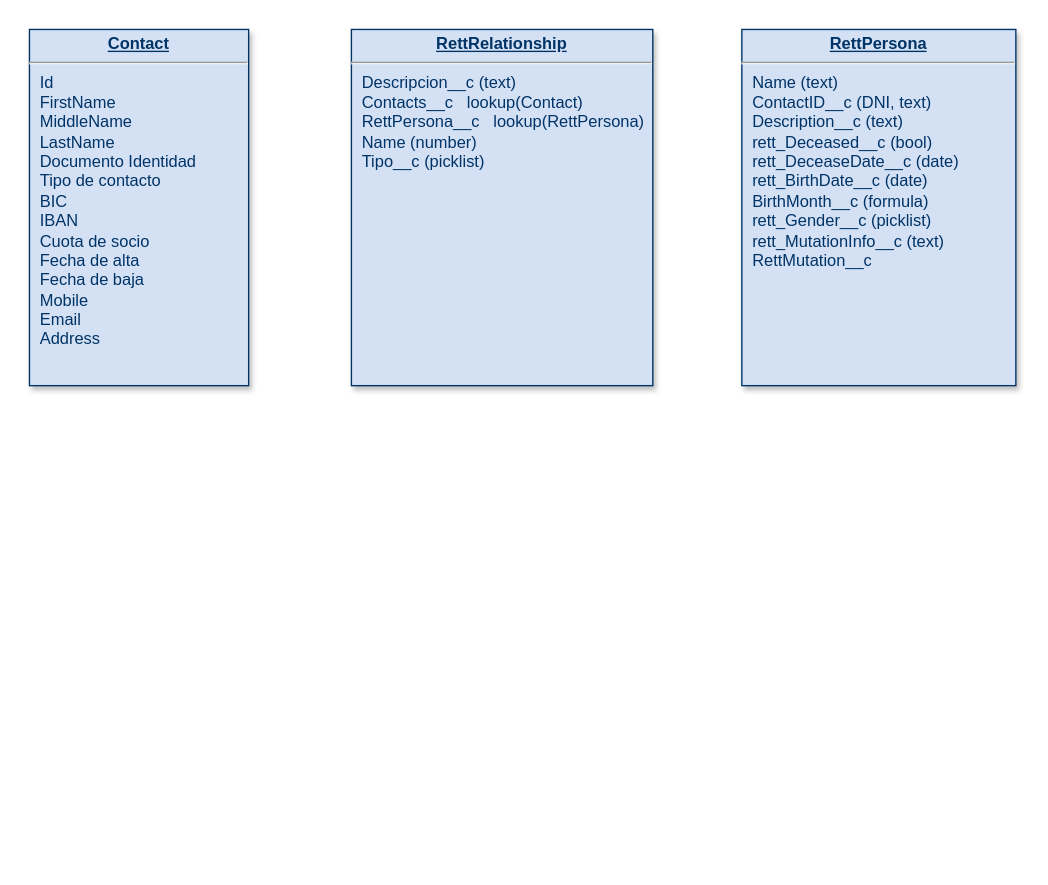
rett-spain/ngo-finance keeps this draw.io diagram as page "Page-2" (2 of 2) of docs/dbmodel.drawio. Above is the earlier version. Source tidied: cells renumbered, new cells numbered last; positions are measured from the earlier drawing's top-left corner, leaving out a move shared by most shapes. Both pictures are drawn from the tidied source at 137%, with x=0, y=0 at pixel (29, 29).
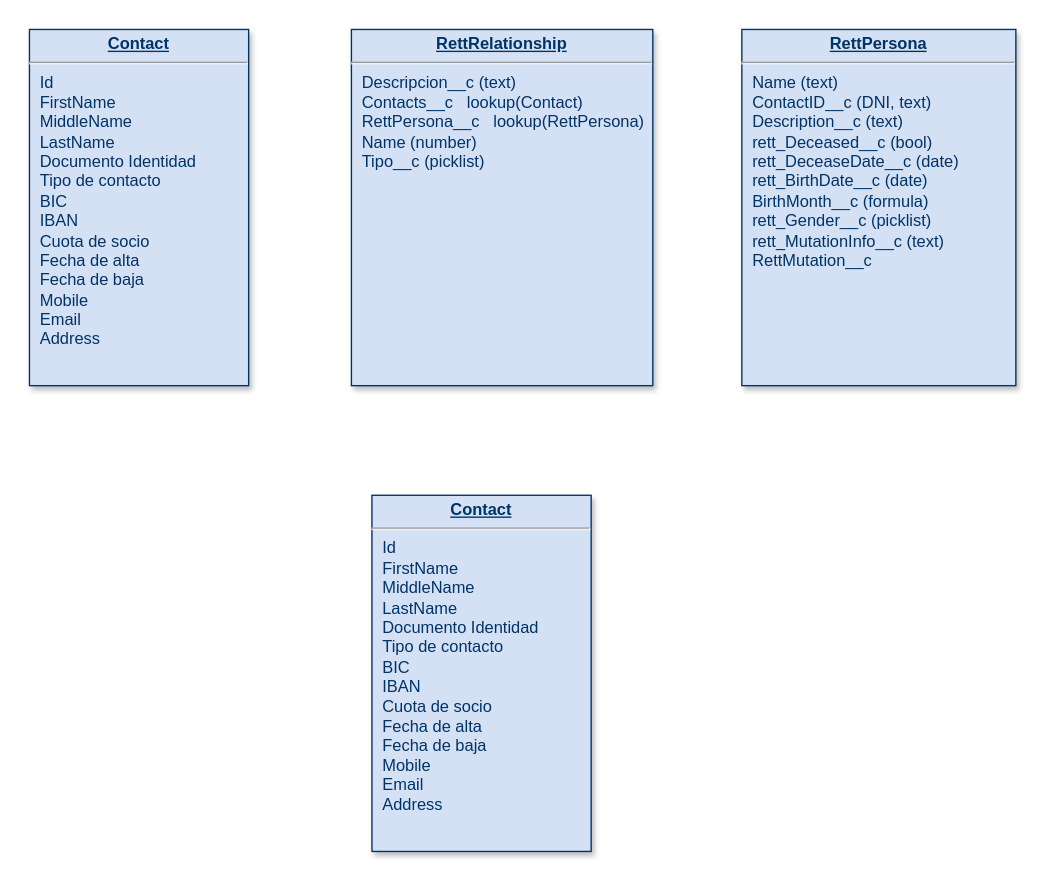
Above is the later version.

Commit message (it also covers changes not shown here):
Upload dbmodel first draft

Diff of the diagram source:
```diff
@@
 <mxGraphModel>
   <root>
     <mxCell id="0" />
     <mxCell id="1" parent="0" />
     <mxCell id="2" value="&lt;p style=&quot;margin: 0px; margin-top: 4px; text-align: center; text-decoration: underline;&quot;&gt;&lt;strong&gt;Contact&lt;/strong&gt;&lt;/p&gt;&lt;hr&gt;&lt;p style=&quot;margin: 0px; margin-left: 8px;&quot;&gt;Id&lt;/p&gt;&lt;p style=&quot;margin: 0px; margin-left: 8px;&quot;&gt;&lt;span style=&quot;background-color: initial;&quot;&gt;FirstName&lt;/span&gt;&lt;br&gt;&lt;/p&gt;&lt;p style=&quot;margin: 0px; margin-left: 8px;&quot;&gt;MiddleName&lt;br&gt;&lt;/p&gt;&lt;p style=&quot;margin: 0px; margin-left: 8px;&quot;&gt;LastName&lt;/p&gt;&lt;p style=&quot;margin: 0px; margin-left: 8px;&quot;&gt;Documento Identidad&lt;/p&gt;&lt;p style=&quot;margin: 0px; margin-left: 8px;&quot;&gt;Tipo de contacto&lt;/p&gt;&lt;p style=&quot;margin: 0px; margin-left: 8px;&quot;&gt;BIC&lt;/p&gt;&lt;p style=&quot;margin: 0px; margin-left: 8px;&quot;&gt;IBAN&lt;/p&gt;&lt;p style=&quot;margin: 0px; margin-left: 8px;&quot;&gt;Cuota de socio&lt;/p&gt;&lt;p style=&quot;margin: 0px; margin-left: 8px;&quot;&gt;Fecha de alta&lt;/p&gt;&lt;p style=&quot;margin: 0px; margin-left: 8px;&quot;&gt;Fecha de baja&lt;/p&gt;&lt;p style=&quot;margin: 0px; margin-left: 8px;&quot;&gt;Mobile&lt;/p&gt;&lt;p style=&quot;margin: 0px; margin-left: 8px;&quot;&gt;Email&lt;/p&gt;&lt;p style=&quot;margin: 0px; margin-left: 8px;&quot;&gt;Address&lt;/p&gt;" style="verticalAlign=top;align=left;overflow=fill;fontSize=12;fontFamily=Helvetica;html=1;strokeColor=#003366;shadow=1;fillColor=#D4E1F5;fontColor=#003366;" parent="1" vertex="1">
       <mxGeometry width="160" height="260" as="geometry" />
     </mxCell>
     <mxCell id="3" value="&lt;p style=&quot;margin: 0px; margin-top: 4px; text-align: center; text-decoration: underline;&quot;&gt;&lt;strong&gt;RettPersona&lt;/strong&gt;&lt;/p&gt;&lt;hr&gt;&lt;p style=&quot;margin: 0px 0px 0px 8px;&quot;&gt;Name&amp;nbsp;(text)&lt;br&gt;&lt;/p&gt;&lt;p style=&quot;margin: 0px; margin-left: 8px;&quot;&gt;&lt;span style=&quot;background-color: initial;&quot;&gt;ContactID__c (DNI, text)&lt;/span&gt;&lt;br&gt;&lt;/p&gt;&lt;p style=&quot;margin: 0px 0px 0px 8px;&quot;&gt;Description__c (text)&lt;br&gt;&lt;/p&gt;&lt;p style=&quot;margin: 0px; margin-left: 8px;&quot;&gt;rett_Deceased__c (bool)&lt;span style=&quot;&quot;&gt;&lt;span style=&quot;&quot;&gt;&amp;nbsp;&lt;/span&gt;&lt;/span&gt;&lt;/p&gt;&lt;p style=&quot;margin: 0px; margin-left: 8px;&quot;&gt;rett_DeceaseDate__c (date)&lt;/p&gt;&lt;p style=&quot;margin: 0px; margin-left: 8px;&quot;&gt;rett_BirthDate__c (date)&lt;br&gt;&lt;/p&gt;&lt;p style=&quot;margin: 0px 0px 0px 8px;&quot;&gt;BirthMonth__c (formula)&lt;/p&gt;&lt;p style=&quot;margin: 0px; margin-left: 8px;&quot;&gt;rett_Gender__c (picklist&lt;span style=&quot;&quot;&gt;)&lt;/span&gt;&lt;/p&gt;&lt;p style=&quot;margin: 0px; margin-left: 8px;&quot;&gt;rett_MutationInfo__c (text)&lt;span style=&quot;&quot;&gt;&lt;span style=&quot;&quot;&gt;&amp;nbsp;&lt;/span&gt;&lt;/span&gt;&lt;/p&gt;&lt;p style=&quot;margin: 0px; margin-left: 8px;&quot;&gt;&lt;span style=&quot;background-color: initial;&quot;&gt;RettMutation__c&lt;/span&gt;&lt;br&gt;&lt;/p&gt;&lt;p style=&quot;margin: 0px; margin-left: 8px;&quot;&gt;&lt;span style=&quot;background-color: initial;&quot;&gt;&lt;span style=&quot;&quot;&gt;&lt;br&gt;&lt;/span&gt;&lt;/span&gt;&lt;/p&gt;" style="verticalAlign=top;align=left;overflow=fill;fontSize=12;fontFamily=Helvetica;html=1;strokeColor=#003366;shadow=1;fillColor=#D4E1F5;fontColor=#003366;" parent="1" vertex="1">
       <mxGeometry x="520" width="200" height="260" as="geometry" />
     </mxCell>
     <mxCell id="4" value="&lt;p style=&quot;margin: 4px 0px 0px; text-align: center;&quot;&gt;&lt;b&gt;&lt;u&gt;RettRelationship&lt;/u&gt;&lt;/b&gt;&lt;br&gt;&lt;/p&gt;&lt;hr&gt;&lt;p style=&quot;margin: 0px 0px 0px 8px;&quot;&gt;Descripcion__c (text)&lt;br&gt;&lt;/p&gt;&lt;p style=&quot;margin: 0px; margin-left: 8px;&quot;&gt;Contacts__c&amp;nbsp; &amp;nbsp;lookup(Contact)&lt;span style=&quot;&quot;&gt;&lt;span style=&quot;&quot;&gt;&amp;nbsp;&lt;/span&gt;&lt;/span&gt;&lt;/p&gt;&lt;p style=&quot;margin: 0px; margin-left: 8px;&quot;&gt;&lt;span style=&quot;background-color: initial;&quot;&gt;RettPersona__c&amp;nbsp; &amp;nbsp;l&lt;/span&gt;&lt;span style=&quot;background-color: initial;&quot;&gt;ookup(RettPersona)&lt;/span&gt;&lt;br&gt;&lt;/p&gt;&lt;p style=&quot;margin: 0px; margin-left: 8px;&quot;&gt;Name&lt;span style=&quot;&quot;&gt; (number)&lt;/span&gt;&lt;/p&gt;&lt;p style=&quot;margin: 0px; margin-left: 8px;&quot;&gt;Tipo__c&lt;span style=&quot;&quot;&gt;&amp;nbsp;(picklist)&lt;/span&gt;&lt;/p&gt;" style="verticalAlign=top;align=left;overflow=fill;fontSize=12;fontFamily=Helvetica;html=1;strokeColor=#003366;shadow=1;fillColor=#D4E1F5;fontColor=#003366;" parent="1" vertex="1">
       <mxGeometry x="235" width="220" height="260" as="geometry" />
     </mxCell>
+    <mxCell id="5" value="&lt;p style=&quot;margin: 0px; margin-top: 4px; text-align: center; text-decoration: underline;&quot;&gt;&lt;strong&gt;Contact&lt;/strong&gt;&lt;/p&gt;&lt;hr&gt;&lt;p style=&quot;margin: 0px; margin-left: 8px;&quot;&gt;Id&lt;/p&gt;&lt;p style=&quot;margin: 0px; margin-left: 8px;&quot;&gt;&lt;span style=&quot;background-color: initial;&quot;&gt;FirstName&lt;/span&gt;&lt;br&gt;&lt;/p&gt;&lt;p style=&quot;margin: 0px; margin-left: 8px;&quot;&gt;MiddleName&lt;br&gt;&lt;/p&gt;&lt;p style=&quot;margin: 0px; margin-left: 8px;&quot;&gt;LastName&lt;/p&gt;&lt;p style=&quot;margin: 0px; margin-left: 8px;&quot;&gt;Documento Identidad&lt;/p&gt;&lt;p style=&quot;margin: 0px; margin-left: 8px;&quot;&gt;Tipo de contacto&lt;/p&gt;&lt;p style=&quot;margin: 0px; margin-left: 8px;&quot;&gt;BIC&lt;/p&gt;&lt;p style=&quot;margin: 0px; margin-left: 8px;&quot;&gt;IBAN&lt;/p&gt;&lt;p style=&quot;margin: 0px; margin-left: 8px;&quot;&gt;Cuota de socio&lt;/p&gt;&lt;p style=&quot;margin: 0px; margin-left: 8px;&quot;&gt;Fecha de alta&lt;/p&gt;&lt;p style=&quot;margin: 0px; margin-left: 8px;&quot;&gt;Fecha de baja&lt;/p&gt;&lt;p style=&quot;margin: 0px; margin-left: 8px;&quot;&gt;Mobile&lt;/p&gt;&lt;p style=&quot;margin: 0px; margin-left: 8px;&quot;&gt;Email&lt;/p&gt;&lt;p style=&quot;margin: 0px; margin-left: 8px;&quot;&gt;Address&lt;/p&gt;" style="verticalAlign=top;align=left;overflow=fill;fontSize=12;fontFamily=Helvetica;html=1;strokeColor=#003366;shadow=1;fillColor=#D4E1F5;fontColor=#003366;" parent="1" vertex="1">
+      <mxGeometry x="250" y="340" width="160" height="260" as="geometry" />
+    </mxCell>
   </root>
 </mxGraphModel>
```
